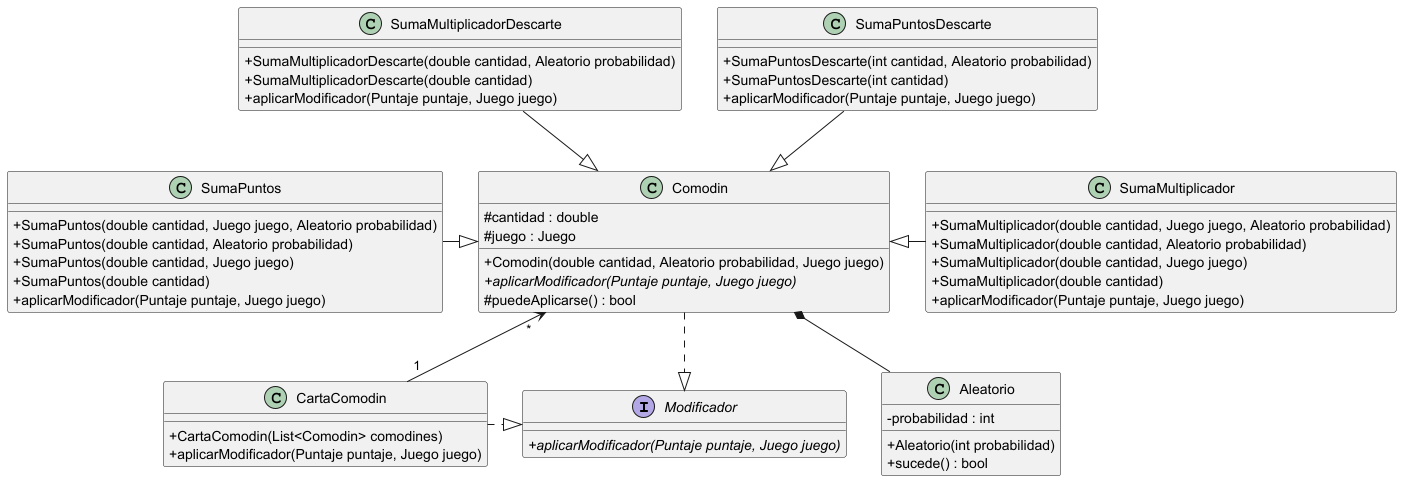
Earlier version of the PlantUML export diagrams/classes/Comodin.png (facukresta/g06-tp2-2c-2024).
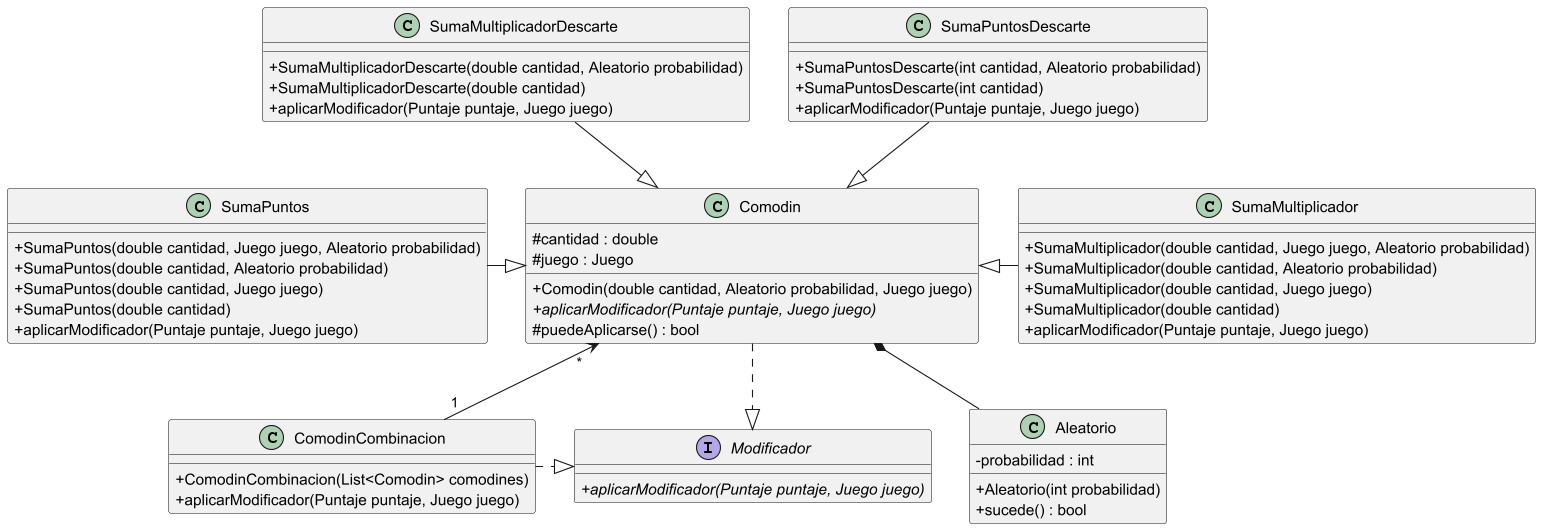
The same diagram one commit later.

What changed in the source:
```diff
@@ -1,4 +1,4 @@
-@startuml Comodín
+@startuml Comodin
 skinparam classAttributeIconSize 0
 
 interface Modificador{
@@ -19,8 +19,8 @@
 #{method} puedeAplicarse() : bool
 }
 
-class CartaComodin{
-+{method}CartaComodin(List<Comodin> comodines)
+class ComodinCombinacion{
++{method}ComodinCombinacion(List<Comodin> comodines)
 +{method} aplicarModificador(Puntaje puntaje, Juego juego)
 }
 
@@ -56,8 +56,8 @@
 
 Comodin *-- Aleatorio
 Comodin .down.|> Modificador
-CartaComodin "1" -up-> "*" Comodin
-CartaComodin .right.|> Modificador
+ComodinCombinacion "1" -up-> "*" Comodin
+ComodinCombinacion .right.|> Modificador
 SumaMultiplicador -left-|> Comodin
 SumaMultiplicadorDescarte -down-|> Comodin
 SumaPuntos -right-|> Comodin
```
